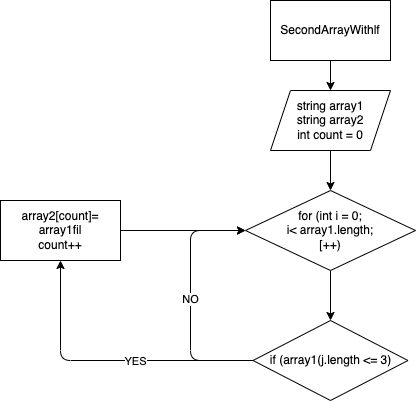
This is diagram.drawio.png from Vismura/final_hw_1st_block, a draw.io export, as it was before one commit. Source tidied: cells renumbered, new cells last; positions are measured from the earlier drawing's top-left corner, leaving out a move shared by most shapes.
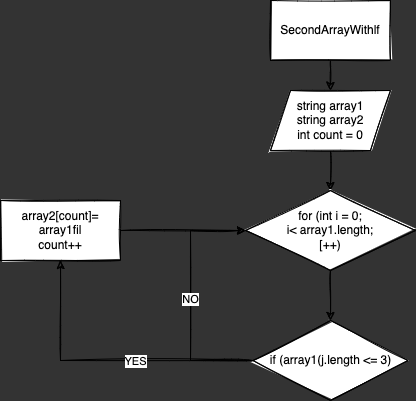
The same file after the commit.

What changed in the source:
```diff
@@ -1,26 +1,26 @@
-<mxGraphModel background="#ffffff" shadow="1">
+<mxGraphModel background="#333333" shadow="1">
   <root>
     <mxCell id="0" />
     <mxCell id="1" parent="0" />
-    <mxCell id="2" style="edgeStyle=none;html=1;" parent="1" edge="1" source="3" target="5">
+    <mxCell id="2" style="edgeStyle=none;html=1;sketch=1;rounded=0;" parent="1" edge="1" source="3" target="5">
       <mxGeometry relative="1" as="geometry" />
     </mxCell>
-    <mxCell id="3" value="SecondArrayWithlf" style="rounded=0;whiteSpace=wrap;html=1;" parent="1" vertex="1">
+    <mxCell id="3" value="SecondArrayWithlf" style="rounded=0;whiteSpace=wrap;html=1;sketch=1;" parent="1" vertex="1">
       <mxGeometry x="270" width="120" height="60" as="geometry" />
     </mxCell>
-    <mxCell id="4" style="edgeStyle=none;html=1;" parent="1" edge="1" source="5" target="7">
+    <mxCell id="4" style="edgeStyle=none;html=1;sketch=1;rounded=0;" parent="1" edge="1" source="5" target="7">
       <mxGeometry relative="1" as="geometry" />
     </mxCell>
-    <mxCell id="5" value="&lt;div&gt;string array1&lt;/div&gt;&lt;div&gt;string array2&lt;/div&gt;&lt;div&gt;int count = 0&lt;/div&gt;" style="shape=parallelogram;perimeter=parallelogramPerimeter;whiteSpace=wrap;html=1;fixedSize=1;" parent="1" vertex="1">
+    <mxCell id="5" value="&lt;div&gt;string array1&lt;/div&gt;&lt;div&gt;string array2&lt;/div&gt;&lt;div&gt;int count = 0&lt;/div&gt;" style="shape=parallelogram;perimeter=parallelogramPerimeter;whiteSpace=wrap;html=1;fixedSize=1;sketch=1;rounded=0;" parent="1" vertex="1">
       <mxGeometry x="270" y="90" width="120" height="60" as="geometry" />
     </mxCell>
-    <mxCell id="6" style="edgeStyle=none;html=1;" parent="1" edge="1" source="7" target="11">
+    <mxCell id="6" style="edgeStyle=none;html=1;sketch=1;rounded=0;" parent="1" edge="1" source="7" target="11">
       <mxGeometry relative="1" as="geometry" />
     </mxCell>
-    <mxCell id="7" value="&lt;div&gt;for (int i = 0;&lt;/div&gt;&lt;div&gt;i&amp;lt; array1.length;&lt;/div&gt;&lt;div&gt;[++)&lt;/div&gt;" style="rhombus;whiteSpace=wrap;html=1;" parent="1" vertex="1">
+    <mxCell id="7" value="&lt;div&gt;for (int i = 0;&lt;/div&gt;&lt;div&gt;i&amp;lt; array1.length;&lt;/div&gt;&lt;div&gt;[++)&lt;/div&gt;" style="rhombus;whiteSpace=wrap;html=1;sketch=1;rounded=0;" parent="1" vertex="1">
       <mxGeometry x="245" y="190" width="170" height="80" as="geometry" />
     </mxCell>
-    <mxCell id="8" value="NO" style="edgeStyle=orthogonalEdgeStyle;html=1;entryX=0;entryY=0.5;entryDx=0;entryDy=0;jumpStyle=sharp;" parent="1" edge="1" source="11" target="7">
+    <mxCell id="8" value="NO" style="edgeStyle=orthogonalEdgeStyle;html=1;entryX=0;entryY=0.5;entryDx=0;entryDy=0;jumpStyle=sharp;sketch=1;rounded=0;" parent="1" edge="1" source="11" target="7">
       <mxGeometry relative="1" as="geometry">
         <Array as="points">
           <mxPoint x="190" y="360" />
@@ -28,21 +28,21 @@
         </Array>
       </mxGeometry>
     </mxCell>
-    <mxCell id="9" style="edgeStyle=orthogonalEdgeStyle;html=1;" parent="1" edge="1" source="11" target="12">
+    <mxCell id="9" style="edgeStyle=orthogonalEdgeStyle;html=1;sketch=1;rounded=0;" parent="1" edge="1" source="11" target="12">
       <mxGeometry relative="1" as="geometry" />
     </mxCell>
-    <mxCell id="10" value="YES" style="edgeLabel;html=1;align=center;verticalAlign=middle;" parent="9" vertex="1">
+    <mxCell id="10" value="YES" style="edgeLabel;html=1;align=center;verticalAlign=middle;sketch=1;rounded=0;" parent="9" vertex="1">
       <mxGeometry x="-0.19" relative="1" as="geometry">
         <mxPoint x="1" as="offset" />
       </mxGeometry>
     </mxCell>
-    <mxCell id="11" value="if (array1(j.length &amp;lt;= 3)" style="rhombus;whiteSpace=wrap;html=1;" parent="1" vertex="1">
+    <mxCell id="11" value="if (array1(j.length &amp;lt;= 3)" style="rhombus;whiteSpace=wrap;html=1;sketch=1;rounded=0;" parent="1" vertex="1">
       <mxGeometry x="252.5" y="320" width="155" height="80" as="geometry" />
     </mxCell>
-    <mxCell id="12" value="&lt;div&gt;array2[count]= array1fil&lt;/div&gt;&lt;div&gt;count++&lt;/div&gt;" style="whiteSpace=wrap;html=1;" parent="1" vertex="1">
+    <mxCell id="12" value="&lt;div&gt;array2[count]= array1fil&lt;/div&gt;&lt;div&gt;count++&lt;/div&gt;" style="whiteSpace=wrap;html=1;sketch=1;rounded=0;" parent="1" vertex="1">
       <mxGeometry y="200" width="120" height="60" as="geometry" />
     </mxCell>
-    <mxCell id="13" style="endArrow=classic;html=1;exitX=1;exitY=0.5;exitDx=0;exitDy=0;entryX=0;entryY=0.5;entryDx=0;entryDy=0;" parent="1" edge="1" source="12" target="7">
+    <mxCell id="13" style="endArrow=classic;html=1;exitX=1;exitY=0.5;exitDx=0;exitDy=0;entryX=0;entryY=0.5;entryDx=0;entryDy=0;sketch=1;rounded=0;" parent="1" edge="1" source="12" target="7">
       <mxGeometry relative="1" as="geometry" />
     </mxCell>
   </root>
```
